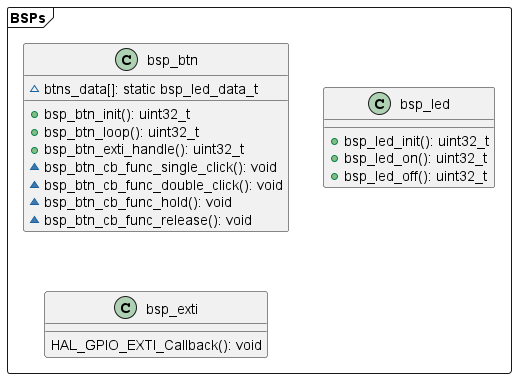
Above: docs/docs/architecture_bsps/architecture_bsps.png in minh2002sn/led_control (PlantUML), before the change.
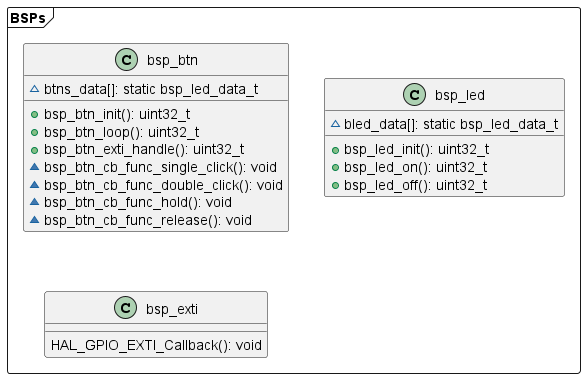
After the commit.

Diff of the diagram source:
```diff
@@ -15,6 +15,7 @@
 
   class bsp_led
   {
+    ~bled_data[]: static bsp_led_data_t
     +bsp_led_init(): uint32_t
     +bsp_led_on(): uint32_t
     +bsp_led_off(): uint32_t
```
